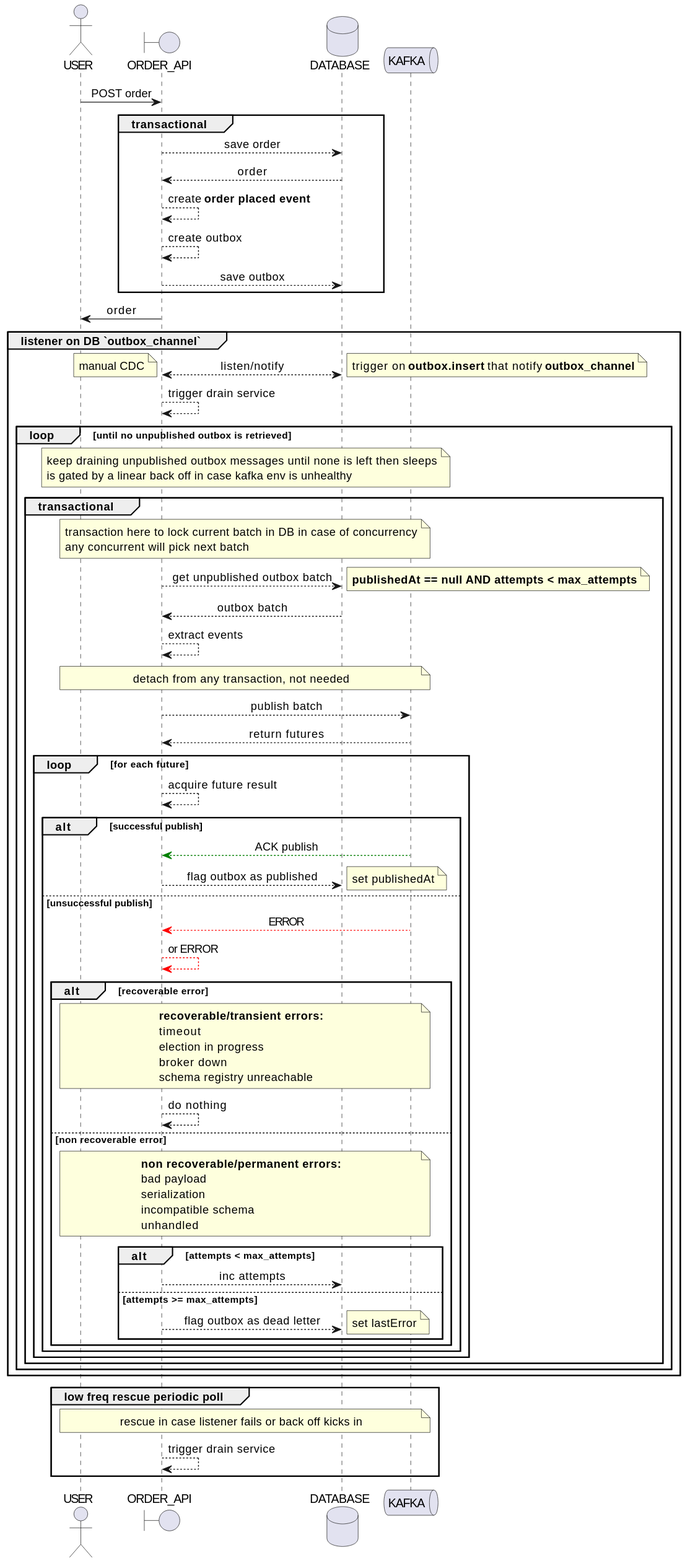
This is docs/order_api_seq.svg from 7mza/kafka-demo, a PlantUML export, as it was before one commit.
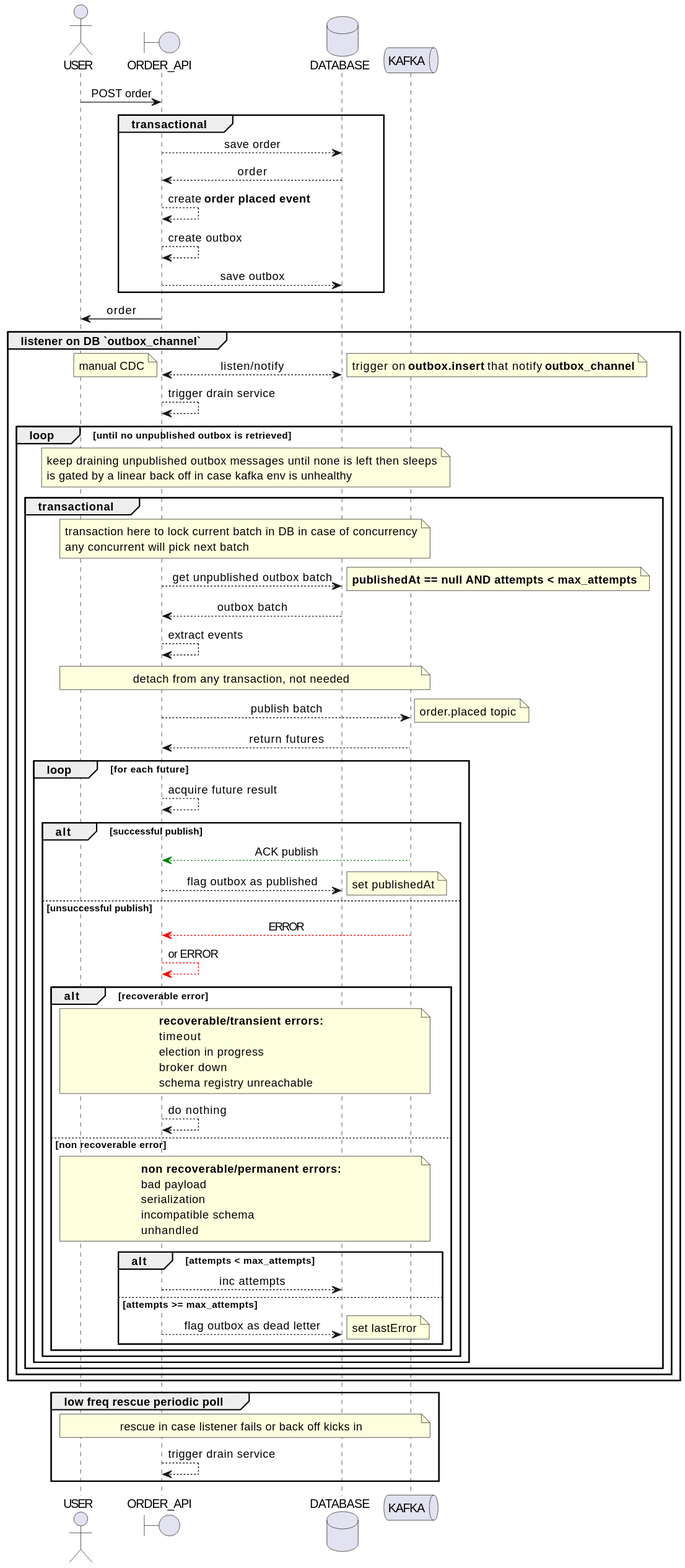
Above is the later version.

Diff of the diagram source:
```diff
@@ -31,6 +31,7 @@
             API --> API: extract events
             note across: detach from any transaction, not needed
             API --> K: publish batch
+            note right: order.placed topic
             K --> API: return futures
             loop for each future
                 API --> API: acquire future result
```
